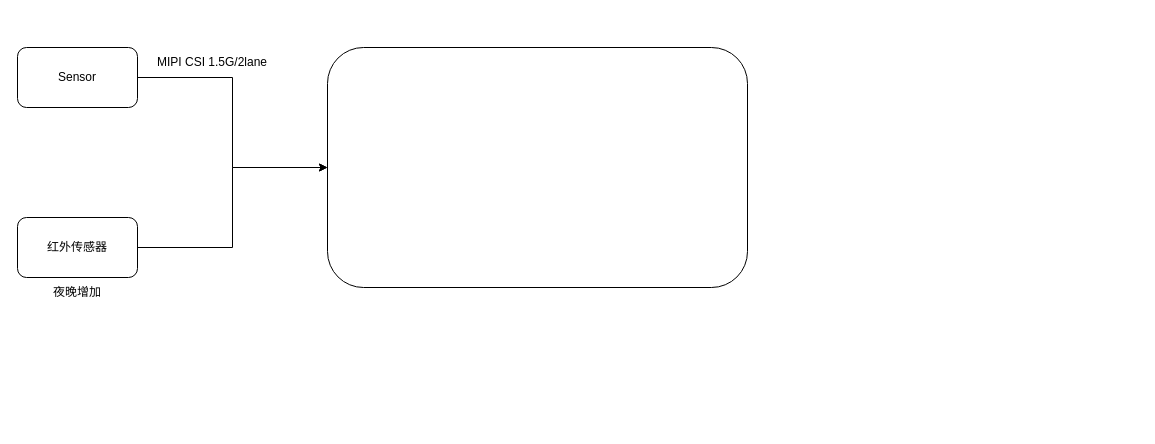
Earlier version of the draw.io diagram 苏州天平-AI.drawio (shenwangchong/learngit). Source tidied: cells renumbered, new cells numbered last; positions are measured from the earlier drawing's top-left corner, leaving out a move shared by most shapes. Both pictures are drawn from the tidied source at 100%, with x=0, y=0 at pixel (17, 47).
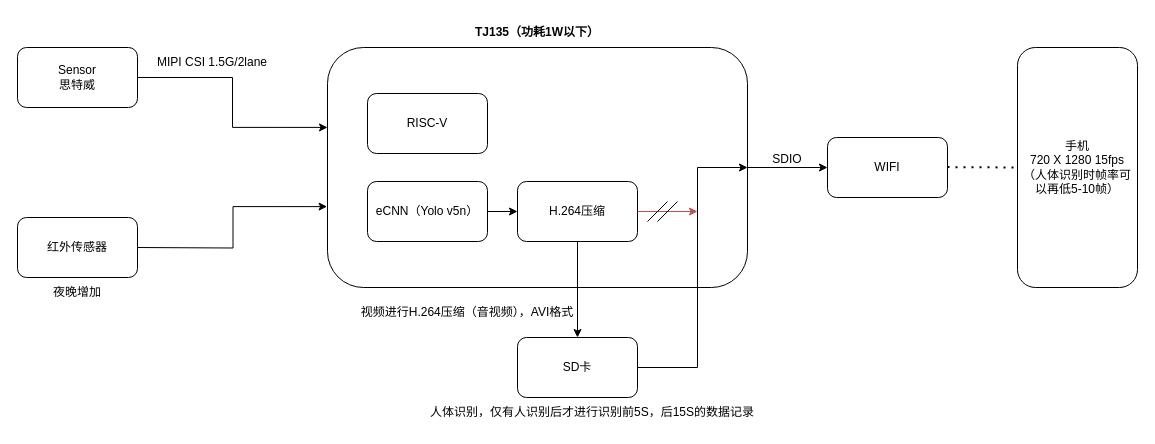
The same page after the edit.

Commit message:
更新苏州天平-AI.drawio

The change refers to these unchanged cells:
```xml
<mxCell id="5" value="红外传感器" style="rounded=1;whiteSpace=wrap;html=1;" parent="1" vertex="1">
  <mxGeometry y="170" width="120" height="60" as="geometry" />
</mxCell>
<mxCell id="6" style="rounded=1;whiteSpace=wrap;html=1;" parent="1" vertex="1">
  <mxGeometry x="310" width="420" height="240" as="geometry" />
</mxCell>
```

Diff of the diagram source:
```diff
@@
-    <mxCell id="2" style="edgeStyle=orthogonalEdgeStyle;rounded=0;jettySize=auto;html=1;" parent="1" edge="1" source="3" target="6">
+    <mxCell id="2" style="edgeStyle=orthogonalEdgeStyle;rounded=0;jettySize=auto;html=1;entryX=0;entryY=0.333;entryDx=0;entryDy=0;entryPerimeter=0;" parent="1" edge="1" source="3" target="6">
       <mxGeometry relative="1" as="geometry" />
     </mxCell>
-    <mxCell id="3" value="Sensor" style="rounded=1;whiteSpace=wrap;html=1;" parent="1" vertex="1">
+    <mxCell id="3" value="Sensor&lt;div&gt;思特威&lt;/div&gt;" style="rounded=1;whiteSpace=wrap;html=1;" parent="1" vertex="1">
       <mxGeometry width="120" height="60" as="geometry" />
     </mxCell>
-    <mxCell id="4" style="edgeStyle=orthogonalEdgeStyle;rounded=0;jettySize=auto;html=1;" parent="1" edge="1" source="5" target="6">
-      <mxGeometry relative="1" as="geometry" />
-    </mxCell>
@@
+    <mxCell id="9" style="edgeStyle=orthogonalEdgeStyle;rounded=0;jettySize=auto;html=1;" parent="1" edge="1" source="6" target="10">
+      <mxGeometry relative="1" as="geometry" />
+    </mxCell>
@@
+    <mxCell id="10" value="WIFI" style="rounded=1;whiteSpace=wrap;html=1;" parent="1" vertex="1">
+      <mxGeometry x="810" y="90" width="120" height="60" as="geometry" />
+    </mxCell>
+    <mxCell id="11" value="SDIO" style="text;html=1;whiteSpace=wrap;strokeColor=none;fillColor=none;align=center;verticalAlign=middle;rounded=0;" parent="1" vertex="1">
+      <mxGeometry x="740" y="97" width="60" height="30" as="geometry" />
+    </mxCell>
+    <mxCell id="12" style="endArrow=none;dashed=1;html=1;dashPattern=1 3;strokeWidth=2;rounded=0;entryX=0;entryY=0.5;entryDx=0;entryDy=0;" parent="1" edge="1" target="15">
+      <mxGeometry relative="1" as="geometry">
+        <mxPoint x="930" y="119.6" as="sourcePoint" />
+      </mxGeometry>
+    </mxCell>
+    <mxCell id="13" style="edgeStyle=orthogonalEdgeStyle;rounded=0;jettySize=auto;html=1;entryX=-0.001;entryY=0.663;entryDx=0;entryDy=0;entryPerimeter=0;" parent="1" edge="1" target="6">
+      <mxGeometry relative="1" as="geometry">
+        <mxPoint x="120" y="200" as="sourcePoint" />
+      </mxGeometry>
+    </mxCell>
+    <mxCell id="14" value="SD卡" style="rounded=1;whiteSpace=wrap;html=1;" parent="1" vertex="1">
+      <mxGeometry x="500" y="290" width="120" height="60" as="geometry" />
+    </mxCell>
+    <mxCell id="15" value="手机&lt;div&gt;720 X 1280 15fps&lt;/div&gt;&lt;div&gt;（人体识别时帧率可以再低5-10帧）&lt;/div&gt;" style="rounded=1;whiteSpace=wrap;html=1;" parent="1" vertex="1">
+      <mxGeometry x="1000" width="120" height="240" as="geometry" />
+    </mxCell>
+    <mxCell id="16" value="RISC-V" style="rounded=1;whiteSpace=wrap;html=1;" parent="1" vertex="1">
+      <mxGeometry x="350" y="46" width="120" height="60" as="geometry" />
+    </mxCell>
+    <mxCell id="17" style="edgeStyle=orthogonalEdgeStyle;rounded=0;jettySize=auto;html=1;" parent="1" edge="1" source="18" target="22">
+      <mxGeometry relative="1" as="geometry" />
+    </mxCell>
+    <mxCell id="18" value="eCNN（Yolo v5n）" style="rounded=1;whiteSpace=wrap;html=1;" parent="1" vertex="1">
+      <mxGeometry x="350" y="134" width="120" height="60" as="geometry" />
+    </mxCell>
+    <mxCell id="19" value="人体识别，仅有人识别后才进行识别前5S，后15S的数据记录" style="text;html=1;whiteSpace=wrap;strokeColor=none;fillColor=none;align=center;verticalAlign=middle;rounded=0;" parent="1" vertex="1">
+      <mxGeometry x="400" y="350" width="350" height="30" as="geometry" />
+    </mxCell>
+    <mxCell id="20" value="&lt;b&gt;TJ135（功耗1W以下）&lt;/b&gt;" style="text;html=1;whiteSpace=wrap;strokeColor=none;fillColor=none;align=center;verticalAlign=middle;rounded=0;" parent="1" vertex="1">
+      <mxGeometry x="445" y="-30" width="150" height="30" as="geometry" />
+    </mxCell>
+    <mxCell id="21" value="视频进行H.264压缩（音视频），AVI格式" style="text;html=1;whiteSpace=wrap;strokeColor=none;fillColor=none;align=center;verticalAlign=middle;rounded=0;" parent="1" vertex="1">
+      <mxGeometry x="330" y="250" width="240" height="30" as="geometry" />
+    </mxCell>
+    <mxCell id="22" value="H.264压缩" style="rounded=1;whiteSpace=wrap;html=1;" parent="1" vertex="1">
+      <mxGeometry x="500" y="134" width="120" height="60" as="geometry" />
+    </mxCell>
+    <mxCell id="23" style="endArrow=classic;html=1;rounded=0;entryX=0.5;entryY=0;entryDx=0;entryDy=0;exitX=0.5;exitY=1;exitDx=0;exitDy=0;" parent="1" edge="1" source="22" target="14">
+      <mxGeometry relative="1" as="geometry" />
+    </mxCell>
+    <mxCell id="24" style="edgeStyle=orthogonalEdgeStyle;rounded=0;jettySize=auto;html=1;exitX=1;exitY=0.5;exitDx=0;exitDy=0;entryX=1;entryY=0.5;entryDx=0;entryDy=0;" parent="1" edge="1" source="14" target="6">
+      <mxGeometry relative="1" as="geometry">
+        <Array as="points">
+          <mxPoint x="680" y="320" />
+          <mxPoint x="680" y="120" />
+        </Array>
+      </mxGeometry>
+    </mxCell>
+    <mxCell id="25" style="edgeStyle=orthogonalEdgeStyle;rounded=0;jettySize=auto;html=1;exitX=1;exitY=0.5;exitDx=0;exitDy=0;fillColor=#f8cecc;strokeColor=#b85450;" parent="1" edge="1" source="22">
+      <mxGeometry relative="1" as="geometry">
+        <mxPoint x="680" y="164" as="targetPoint" />
+        <Array as="points">
+          <mxPoint x="680" y="164" />
+        </Array>
+      </mxGeometry>
+    </mxCell>
+    <mxCell id="26" style="group;" parent="1" vertex="1">
+      <mxGeometry x="630" y="154" width="30" height="20" as="geometry" />
+    </mxCell>
+    <mxCell id="27" style="endArrow=none;html=1;rounded=0;" parent="26" edge="1">
+      <mxGeometry relative="1" as="geometry">
+        <mxPoint y="20" as="sourcePoint" />
+        <mxPoint x="20" as="targetPoint" />
+      </mxGeometry>
+    </mxCell>
+    <mxCell id="28" style="endArrow=none;html=1;rounded=0;" parent="26" edge="1">
+      <mxGeometry relative="1" as="geometry">
+        <mxPoint x="10" y="20" as="sourcePoint" />
+        <mxPoint x="30" as="targetPoint" />
+      </mxGeometry>
+    </mxCell>
```
